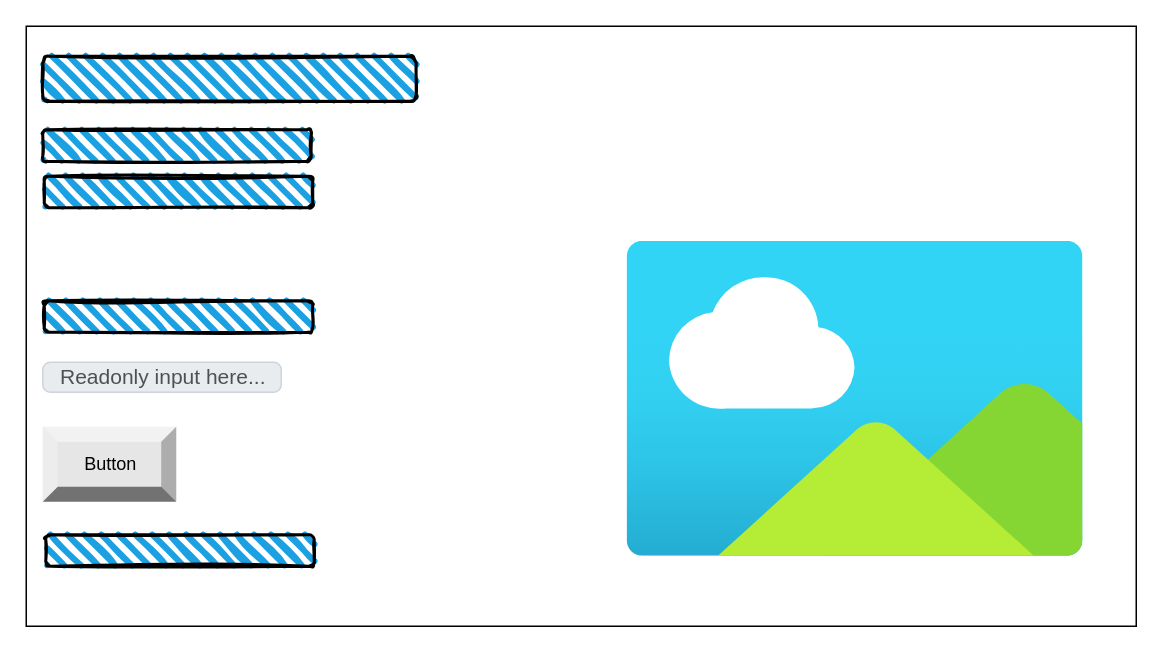
The draw.io diagram page "Page-2" (2 of 2) of design/story-board.drawio in ekaterina-chernykh/ICS20-Unit-5-08, before the edit. Source tidied: cells renumbered, new cells numbered last; positions are measured from the earlier drawing's top-left corner, leaving out a move shared by most shapes. Both pictures are drawn from the tidied source at 150%, with x=0, y=0 at pixel (26, 26).
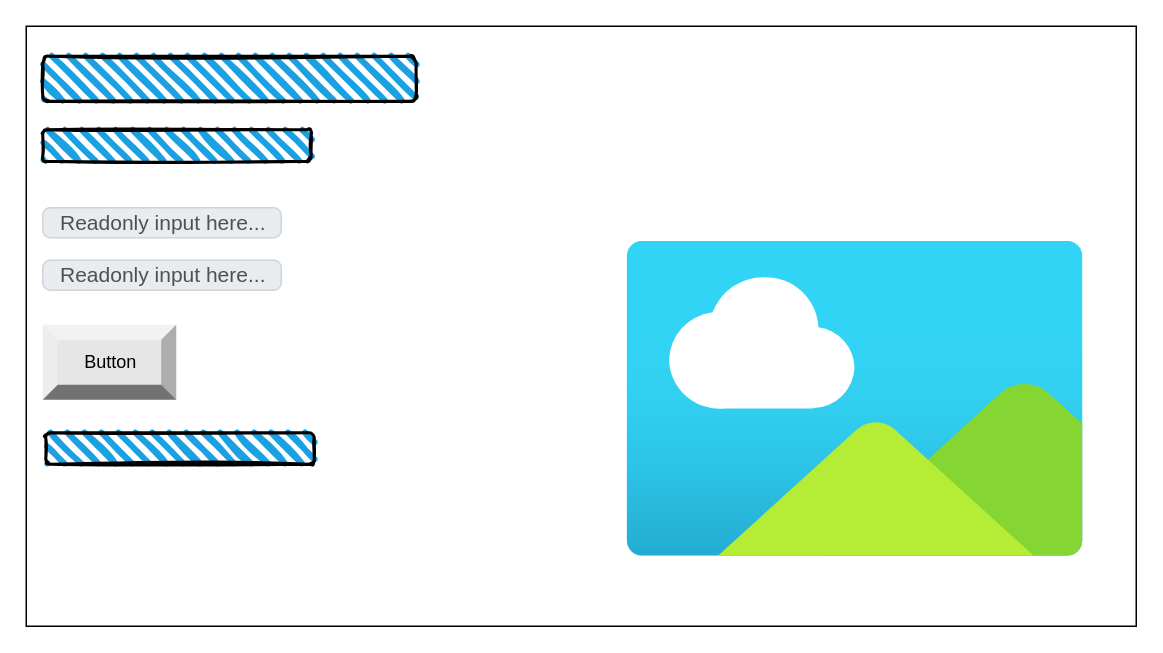
After the change.

Change to the diagram source:
```diff
@@
 <mxGraphModel>
   <root>
     <mxCell id="0" />
     <mxCell id="1" parent="0" />
     <mxCell id="2" style="rounded=0;whiteSpace=wrap;html=1;" parent="1" vertex="1">
       <mxGeometry width="740" height="400" as="geometry" />
     </mxCell>
     <mxCell id="3" style="rounded=1;whiteSpace=wrap;html=1;strokeWidth=2;fillWeight=4;hachureGap=8;hachureAngle=45;fillColor=#1ba1e2;sketch=1;" parent="1" vertex="1">
       <mxGeometry x="11" y="20" width="249" height="30" as="geometry" />
     </mxCell>
-    <mxCell id="4" style="rounded=1;whiteSpace=wrap;html=1;strokeWidth=2;fillWeight=4;hachureGap=8;hachureAngle=45;fillColor=#1ba1e2;sketch=1;" parent="1" vertex="1">
-      <mxGeometry x="12" y="100" width="179" height="21" as="geometry" />
-    </mxCell>
     <mxCell id="5" style="rounded=1;whiteSpace=wrap;html=1;strokeWidth=2;fillWeight=4;hachureGap=8;hachureAngle=45;fillColor=#1ba1e2;sketch=1;" parent="1" vertex="1">
       <mxGeometry x="11" y="69" width="179" height="21" as="geometry" />
     </mxCell>
-    <mxCell id="6" style="rounded=1;whiteSpace=wrap;html=1;strokeWidth=2;fillWeight=4;hachureGap=8;hachureAngle=45;fillColor=#1ba1e2;sketch=1;" parent="1" vertex="1">
-      <mxGeometry x="12" y="183" width="179" height="21" as="geometry" />
-    </mxCell>
     <mxCell id="7" value="Readonly input here..." style="html=1;shadow=0;dashed=0;shape=mxgraph.bootstrap.rrect;rSize=5;strokeColor=#CED4DA;strokeWidth=1;fillColor=#E9ECEF;fontColor=#505050;whiteSpace=wrap;align=left;verticalAlign=middle;spacingLeft=10;fontSize=14;" parent="1" vertex="1">
-      <mxGeometry x="11" y="224" width="159" height="20" as="geometry" />
+      <mxGeometry x="11" y="156" width="159" height="20" as="geometry" />
     </mxCell>
     <mxCell id="8" value="Button" style="labelPosition=center;verticalLabelPosition=middle;align=center;html=1;shape=mxgraph.basic.shaded_button;dx=10;fillColor=#E6E6E6;strokeColor=none;" parent="1" vertex="1">
-      <mxGeometry x="11" y="267" width="89" height="50" as="geometry" />
+      <mxGeometry x="11" y="199" width="89" height="50" as="geometry" />
     </mxCell>
     <mxCell id="9" style="html=1;align=center;image;fontSize=12;image=img/lib/azure2/general/Image.svg;fillColor=#BA6D07;" parent="1" vertex="1">
       <mxGeometry x="400" y="143.5" width="305.4" height="210" as="geometry" />
     </mxCell>
     <mxCell id="10" style="rounded=1;whiteSpace=wrap;html=1;strokeWidth=2;fillWeight=4;hachureGap=8;hachureAngle=45;fillColor=#1ba1e2;sketch=1;" parent="1" vertex="1">
-      <mxGeometry x="13" y="339" width="179" height="21" as="geometry" />
+      <mxGeometry x="13" y="271" width="179" height="21" as="geometry" />
     </mxCell>
+    <mxCell id="11" value="Readonly input here..." style="html=1;shadow=0;dashed=0;shape=mxgraph.bootstrap.rrect;rSize=5;strokeColor=#CED4DA;strokeWidth=1;fillColor=#E9ECEF;fontColor=#505050;whiteSpace=wrap;align=left;verticalAlign=middle;spacingLeft=10;fontSize=14;" parent="1" vertex="1">
+      <mxGeometry x="11" y="121" width="159" height="20" as="geometry" />
+    </mxCell>
   </root>
 </mxGraphModel>
```
